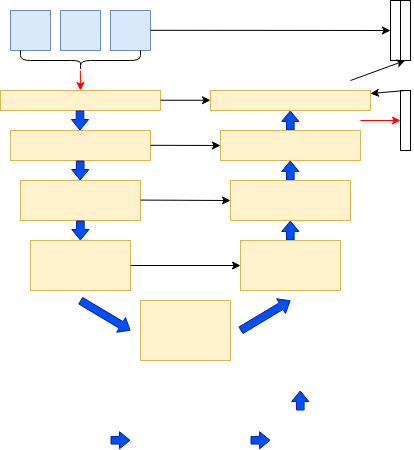
The draw.io diagram test.drawio.png in DemonH-p/self-study, before a commit. Source tidied: cells renumbered, new cells last; positions are measured from the earlier drawing's top-left corner, leaving out a move shared by most shapes.
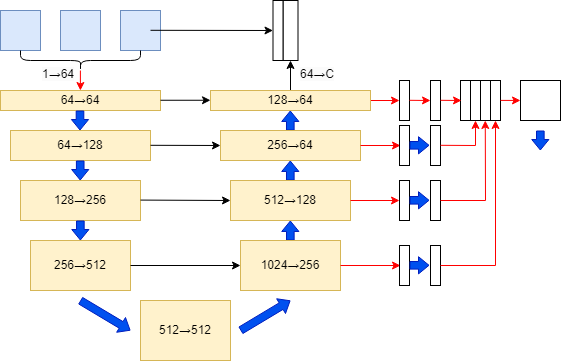
After the change.

What changed in the source:
```diff
@@ -3,24 +3,24 @@
     <mxCell id="0" />
     <mxCell id="1" parent="0" />
     <mxCell id="2" style="rounded=0;whiteSpace=wrap;html=1;fillColor=#dae8fc;strokeColor=#6c8ebf;" parent="1" vertex="1">
-      <mxGeometry x="10" y="10" width="40" height="40" as="geometry" />
+      <mxGeometry y="10" width="40" height="40" as="geometry" />
     </mxCell>
     <mxCell id="3" style="rounded=0;whiteSpace=wrap;html=1;fillColor=#dae8fc;strokeColor=#6c8ebf;" parent="1" vertex="1">
       <mxGeometry x="60" y="10" width="40" height="40" as="geometry" />
     </mxCell>
     <mxCell id="4" style="rounded=0;whiteSpace=wrap;html=1;fillColor=#dae8fc;strokeColor=#6c8ebf;" parent="1" vertex="1">
-      <mxGeometry x="110" y="10" width="40" height="40" as="geometry" />
+      <mxGeometry x="120" y="10" width="40" height="40" as="geometry" />
     </mxCell>
     <mxCell id="5" style="shape=curlyBracket;whiteSpace=wrap;html=1;rounded=1;flipH=1;labelPosition=right;verticalLabelPosition=middle;align=left;verticalAlign=middle;rotation=90;" parent="1" vertex="1">
       <mxGeometry x="70" width="20" height="120" as="geometry" />
     </mxCell>
-    <mxCell id="6" style="rounded=0;whiteSpace=wrap;html=1;fillColor=#fff2cc;strokeColor=#d6b656;" parent="1" vertex="1">
+    <mxCell id="6" value="64→64" style="rounded=0;whiteSpace=wrap;html=1;fillColor=#fff2cc;strokeColor=#d6b656;" parent="1" vertex="1">
       <mxGeometry y="90" width="160" height="20" as="geometry" />
     </mxCell>
-    <mxCell id="7" style="rounded=0;whiteSpace=wrap;html=1;fillColor=#fff2cc;strokeColor=#d6b656;" parent="1" vertex="1">
+    <mxCell id="7" value="128→256" style="rounded=0;whiteSpace=wrap;html=1;fillColor=#fff2cc;strokeColor=#d6b656;" parent="1" vertex="1">
       <mxGeometry x="20" y="180" width="120" height="40" as="geometry" />
     </mxCell>
-    <mxCell id="8" style="rounded=0;whiteSpace=wrap;html=1;fillColor=#fff2cc;strokeColor=#d6b656;" parent="1" vertex="1">
+    <mxCell id="8" value="64→128" style="rounded=0;whiteSpace=wrap;html=1;fillColor=#fff2cc;strokeColor=#d6b656;" parent="1" vertex="1">
       <mxGeometry x="10" y="130" width="140" height="30" as="geometry" />
     </mxCell>
     <mxCell id="9" style="shape=flexArrow;endArrow=classic;html=1;rounded=0;fillColor=#0050ef;strokeColor=#001DBC;endWidth=8.571428571428571;endSize=3.157142857142857;width=7.619047619047619;" parent="1" edge="1">
@@ -65,39 +65,12 @@
         </Array>
       </mxGeometry>
     </mxCell>
-    <mxCell id="14" style="rounded=0;whiteSpace=wrap;html=1;fillColor=#fff2cc;strokeColor=#d6b656;" parent="1" vertex="1">
+    <mxCell id="14" value="256→512" style="rounded=0;whiteSpace=wrap;html=1;fillColor=#fff2cc;strokeColor=#d6b656;" parent="1" vertex="1">
       <mxGeometry x="30" y="240" width="100" height="50" as="geometry" />
     </mxCell>
-    <mxCell id="15" style="rounded=0;whiteSpace=wrap;html=1;fillColor=#fff2cc;strokeColor=#d6b656;" parent="1" vertex="1">
+    <mxCell id="15" value="512→512" style="rounded=0;whiteSpace=wrap;html=1;fillColor=#fff2cc;strokeColor=#d6b656;" parent="1" vertex="1">
       <mxGeometry x="140" y="300" width="90" height="60" as="geometry" />
     </mxCell>
-    <mxCell id="16" style="shape=flexArrow;endArrow=classic;html=1;rounded=0;fillColor=#0050ef;strokeColor=#001DBC;endWidth=8.571428571428571;endSize=3.157142857142857;width=7.619047619047619;" parent="1" edge="1">
-      <mxGeometry relative="1" as="geometry">
-        <mxPoint x="299.8" y="410" as="sourcePoint" />
-        <mxPoint x="299.8" y="390" as="targetPoint" />
-        <Array as="points">
-          <mxPoint x="299.8" y="410" />
-        </Array>
-      </mxGeometry>
-    </mxCell>
-    <mxCell id="17" style="shape=flexArrow;endArrow=classic;html=1;rounded=0;fillColor=#0050ef;strokeColor=#001DBC;endWidth=8.571428571428571;endSize=3.157142857142857;width=7.619047619047619;" parent="1" edge="1">
-      <mxGeometry relative="1" as="geometry">
-        <mxPoint x="110" y="439.8" as="sourcePoint" />
-        <mxPoint x="130" y="439.8" as="targetPoint" />
-        <Array as="points">
-          <mxPoint x="110" y="439.8" />
-        </Array>
-      </mxGeometry>
-    </mxCell>
-    <mxCell id="18" style="shape=flexArrow;endArrow=classic;html=1;rounded=0;fillColor=#0050ef;strokeColor=#001DBC;endWidth=8.571428571428571;endSize=3.157142857142857;width=7.619047619047619;" parent="1" edge="1">
-      <mxGeometry relative="1" as="geometry">
-        <mxPoint x="250" y="439.8" as="sourcePoint" />
-        <mxPoint x="270" y="439.8" as="targetPoint" />
-        <Array as="points">
-          <mxPoint x="250" y="439.8" />
-        </Array>
-      </mxGeometry>
-    </mxCell>
     <mxCell id="19" style="shape=flexArrow;endArrow=classic;html=1;rounded=0;fillColor=#0050ef;strokeColor=#001DBC;endWidth=8.571428571428571;endSize=3.157142857142857;width=7.619047619047619;" parent="1" edge="1">
       <mxGeometry relative="1" as="geometry">
         <mxPoint x="289.8" y="130" as="sourcePoint" />
@@ -127,29 +100,26 @@
     </mxCell>
     <mxCell id="22" style="endArrow=classic;html=1;rounded=0;fillColor=#e51400;strokeColor=#ff0000;" parent="1" edge="1">
       <mxGeometry relative="1" as="geometry">
-        <mxPoint x="360" y="120" as="sourcePoint" />
-        <mxPoint x="400" y="120" as="targetPoint" />
+        <mxPoint x="359" y="100" as="sourcePoint" />
+        <mxPoint x="399" y="100" as="targetPoint" />
       </mxGeometry>
     </mxCell>
     <mxCell id="23" style="rounded=0;whiteSpace=wrap;html=1;" parent="1" vertex="1">
-      <mxGeometry x="400" y="90" width="10" height="60" as="geometry" />
+      <mxGeometry x="399" y="80" width="10" height="40" as="geometry" />
     </mxCell>
     <mxCell id="24" style="rounded=0;whiteSpace=wrap;html=1;" parent="1" vertex="1">
-      <mxGeometry x="400" width="10" height="60" as="geometry" />
+      <mxGeometry x="282.5" width="15" height="60" as="geometry" />
     </mxCell>
     <mxCell id="25" style="rounded=0;whiteSpace=wrap;html=1;" parent="1" vertex="1">
-      <mxGeometry x="390" width="10" height="60" as="geometry" />
+      <mxGeometry x="272.5" width="10" height="60" as="geometry" />
     </mxCell>
     <mxCell id="26" style="endArrow=classic;html=1;rounded=0;fillColor=#e51400;strokeColor=#000000;entryX=0;entryY=0.5;entryDx=0;entryDy=0;" parent="1" edge="1" target="25">
       <mxGeometry relative="1" as="geometry">
         <mxPoint x="150" y="29.8" as="sourcePoint" />
       </mxGeometry>
     </mxCell>
-    <mxCell id="27" style="endArrow=classic;html=1;rounded=0;fillColor=#e51400;strokeColor=#000000;" parent="1" edge="1">
-      <mxGeometry relative="1" as="geometry">
-        <mxPoint x="350" y="80" as="sourcePoint" />
-        <mxPoint x="404.8" y="60" as="targetPoint" />
-      </mxGeometry>
+    <mxCell id="27" style="endArrow=classic;html=1;rounded=0;fillColor=#e51400;strokeColor=#000000;exitX=0.5;exitY=0;exitDx=0;exitDy=0;entryX=0.5;entryY=1;entryDx=0;entryDy=0;" parent="1" edge="1" source="33" target="24">
+      <mxGeometry relative="1" as="geometry" />
     </mxCell>
     <mxCell id="28" style="endArrow=classic;html=1;rounded=0;fillColor=#e51400;strokeColor=#000000;" parent="1" edge="1">
       <mxGeometry relative="1" as="geometry">
@@ -170,15 +140,10 @@
         <mxPoint x="150" y="144.8" as="sourcePoint" />
       </mxGeometry>
     </mxCell>
-    <mxCell id="32" style="endArrow=classic;html=1;rounded=0;fillColor=#e51400;strokeColor=#000000;" parent="1" edge="1" target="33">
-      <mxGeometry relative="1" as="geometry">
-        <mxPoint x="404.8" y="90" as="sourcePoint" />
-      </mxGeometry>
-    </mxCell>
-    <mxCell id="33" style="rounded=0;whiteSpace=wrap;html=1;fillColor=#fff2cc;strokeColor=#d6b656;" parent="1" vertex="1">
+    <mxCell id="33" value="128→64" style="rounded=0;whiteSpace=wrap;html=1;fillColor=#fff2cc;strokeColor=#d6b656;" parent="1" vertex="1">
       <mxGeometry x="210" y="90" width="160" height="20" as="geometry" />
     </mxCell>
-    <mxCell id="34" style="rounded=0;whiteSpace=wrap;html=1;fillColor=#fff2cc;strokeColor=#d6b656;" parent="1" vertex="1">
+    <mxCell id="34" value="256→64" style="rounded=0;whiteSpace=wrap;html=1;fillColor=#fff2cc;strokeColor=#d6b656;" parent="1" vertex="1">
       <mxGeometry x="220" y="130" width="140" height="30" as="geometry" />
     </mxCell>
     <mxCell id="35" style="shape=flexArrow;endArrow=classic;html=1;rounded=0;fillColor=#0050ef;strokeColor=#001DBC;endWidth=8.571428571428571;endSize=3.157142857142857;width=7.619047619047619;" parent="1" edge="1">
@@ -190,11 +155,144 @@
         </Array>
       </mxGeometry>
     </mxCell>
-    <mxCell id="36" style="rounded=0;whiteSpace=wrap;html=1;fillColor=#fff2cc;strokeColor=#d6b656;" parent="1" vertex="1">
+    <mxCell id="36" value="1024→256" style="rounded=0;whiteSpace=wrap;html=1;fillColor=#fff2cc;strokeColor=#d6b656;" parent="1" vertex="1">
       <mxGeometry x="240" y="240" width="100" height="50" as="geometry" />
     </mxCell>
-    <mxCell id="37" style="rounded=0;whiteSpace=wrap;html=1;fillColor=#fff2cc;strokeColor=#d6b656;" parent="1" vertex="1">
+    <mxCell id="37" value="512→128" style="rounded=0;whiteSpace=wrap;html=1;fillColor=#fff2cc;strokeColor=#d6b656;" parent="1" vertex="1">
       <mxGeometry x="230" y="180" width="120" height="40" as="geometry" />
     </mxCell>
+    <mxCell id="38" style="endArrow=classic;html=1;rounded=0;fillColor=#e51400;strokeColor=#ff0000;" parent="1" edge="1">
+      <mxGeometry relative="1" as="geometry">
+        <mxPoint x="360" y="145" as="sourcePoint" />
+        <mxPoint x="400" y="145" as="targetPoint" />
+      </mxGeometry>
+    </mxCell>
+    <mxCell id="39" style="rounded=0;whiteSpace=wrap;html=1;" parent="1" vertex="1">
+      <mxGeometry x="399" y="125" width="10" height="40" as="geometry" />
+    </mxCell>
+    <mxCell id="40" style="endArrow=classic;html=1;rounded=0;fillColor=#e51400;strokeColor=#ff0000;exitX=1;exitY=0.5;exitDx=0;exitDy=0;" parent="1" edge="1" source="37">
+      <mxGeometry relative="1" as="geometry">
+        <mxPoint x="399" y="200" as="targetPoint" />
+      </mxGeometry>
+    </mxCell>
+    <mxCell id="41" style="rounded=0;whiteSpace=wrap;html=1;" parent="1" vertex="1">
+      <mxGeometry x="399" y="180" width="10" height="40" as="geometry" />
+    </mxCell>
+    <mxCell id="42" style="endArrow=classic;html=1;rounded=0;fillColor=#e51400;strokeColor=#ff0000;exitX=1;exitY=0.5;exitDx=0;exitDy=0;" parent="1" edge="1" source="36">
+      <mxGeometry relative="1" as="geometry">
+        <mxPoint x="400" y="265" as="targetPoint" />
+      </mxGeometry>
+    </mxCell>
+    <mxCell id="43" style="rounded=0;whiteSpace=wrap;html=1;" parent="1" vertex="1">
+      <mxGeometry x="399" y="245" width="10" height="40" as="geometry" />
+    </mxCell>
+    <mxCell id="44" style="shape=flexArrow;endArrow=classic;html=1;rounded=0;fillColor=#0050ef;strokeColor=#001DBC;endWidth=8.571428571428571;endSize=3.157142857142857;width=7.619047619047619;" parent="1" edge="1">
+      <mxGeometry relative="1" as="geometry">
+        <mxPoint x="409" y="144.8" as="sourcePoint" />
+        <mxPoint x="429" y="144.8" as="targetPoint" />
+        <Array as="points">
+          <mxPoint x="409" y="144.8" />
+        </Array>
+      </mxGeometry>
+    </mxCell>
+    <mxCell id="45" style="rounded=0;whiteSpace=wrap;html=1;" parent="1" vertex="1">
+      <mxGeometry x="430" y="125" width="10" height="40" as="geometry" />
+    </mxCell>
+    <mxCell id="46" style="shape=flexArrow;endArrow=classic;html=1;rounded=0;fillColor=#0050ef;strokeColor=#001DBC;endWidth=8.571428571428571;endSize=3.157142857142857;width=7.619047619047619;" parent="1" edge="1">
+      <mxGeometry relative="1" as="geometry">
+        <mxPoint x="409" y="199.8" as="sourcePoint" />
+        <mxPoint x="429" y="199.8" as="targetPoint" />
+        <Array as="points">
+          <mxPoint x="409" y="199.8" />
+        </Array>
+      </mxGeometry>
+    </mxCell>
+    <mxCell id="47" style="rounded=0;whiteSpace=wrap;html=1;" parent="1" vertex="1">
+      <mxGeometry x="430" y="180" width="10" height="40" as="geometry" />
+    </mxCell>
+    <mxCell id="48" style="shape=flexArrow;endArrow=classic;html=1;rounded=0;fillColor=#0050ef;strokeColor=#001DBC;endWidth=8.571428571428571;endSize=3.157142857142857;width=7.619047619047619;" parent="1" edge="1">
+      <mxGeometry relative="1" as="geometry">
+        <mxPoint x="409" y="264.8" as="sourcePoint" />
+        <mxPoint x="429" y="264.8" as="targetPoint" />
+        <Array as="points">
+          <mxPoint x="409" y="264.8" />
+        </Array>
+      </mxGeometry>
+    </mxCell>
+    <mxCell id="49" style="rounded=0;whiteSpace=wrap;html=1;" parent="1" vertex="1">
+      <mxGeometry x="430" y="245" width="10" height="40" as="geometry" />
+    </mxCell>
+    <mxCell id="50" style="rounded=0;whiteSpace=wrap;html=1;" parent="1" vertex="1">
+      <mxGeometry x="430" y="80" width="10" height="40" as="geometry" />
+    </mxCell>
+    <mxCell id="51" style="endArrow=classic;html=1;rounded=0;fillColor=#e51400;strokeColor=#ff0000;" parent="1" edge="1">
+      <mxGeometry relative="1" as="geometry">
+        <mxPoint x="409" y="99.8" as="sourcePoint" />
+        <mxPoint x="430" y="100" as="targetPoint" />
+      </mxGeometry>
+    </mxCell>
+    <mxCell id="52" style="rounded=0;whiteSpace=wrap;html=1;" parent="1" vertex="1">
+      <mxGeometry x="460" y="80" width="10" height="40" as="geometry" />
+    </mxCell>
+    <mxCell id="53" style="rounded=0;whiteSpace=wrap;html=1;" parent="1" vertex="1">
+      <mxGeometry x="470" y="80" width="10" height="40" as="geometry" />
+    </mxCell>
+    <mxCell id="54" style="rounded=0;whiteSpace=wrap;html=1;" parent="1" vertex="1">
+      <mxGeometry x="480" y="80" width="10" height="40" as="geometry" />
+    </mxCell>
+    <mxCell id="55" style="rounded=0;whiteSpace=wrap;html=1;" parent="1" vertex="1">
+      <mxGeometry x="490" y="80" width="10" height="40" as="geometry" />
+    </mxCell>
+    <mxCell id="56" style="endArrow=classic;html=1;rounded=0;fillColor=#e51400;strokeColor=#ff0000;" parent="1" edge="1">
+      <mxGeometry relative="1" as="geometry">
+        <mxPoint x="440" y="99.8" as="sourcePoint" />
+        <mxPoint x="461" y="100" as="targetPoint" />
+      </mxGeometry>
+    </mxCell>
+    <mxCell id="57" style="endArrow=classic;html=1;rounded=0;fillColor=#e51400;strokeColor=#ff0000;entryX=0.5;entryY=1;entryDx=0;entryDy=0;" parent="1" edge="1" target="53">
+      <mxGeometry relative="1" as="geometry">
+        <mxPoint x="440" y="144.8" as="sourcePoint" />
+        <Array as="points">
+          <mxPoint x="475" y="145" />
+        </Array>
+      </mxGeometry>
+    </mxCell>
+    <mxCell id="58" style="endArrow=classic;html=1;rounded=0;fillColor=#e51400;strokeColor=#ff0000;entryX=0.477;entryY=1;entryDx=0;entryDy=0;entryPerimeter=0;exitX=1;exitY=0.5;exitDx=0;exitDy=0;" parent="1" edge="1" source="47" target="54">
+      <mxGeometry relative="1" as="geometry">
+        <Array as="points">
+          <mxPoint x="485" y="200" />
+        </Array>
+      </mxGeometry>
+    </mxCell>
+    <mxCell id="59" style="endArrow=classic;html=1;rounded=0;fillColor=#e51400;strokeColor=#ff0000;entryX=0.5;entryY=1;entryDx=0;entryDy=0;exitX=1;exitY=0.5;exitDx=0;exitDy=0;" parent="1" edge="1" source="49" target="55">
+      <mxGeometry relative="1" as="geometry">
+        <Array as="points">
+          <mxPoint x="495" y="265" />
+        </Array>
+      </mxGeometry>
+    </mxCell>
+    <mxCell id="60" style="endArrow=classic;html=1;rounded=0;fillColor=#e51400;strokeColor=#ff0000;" parent="1" edge="1" target="61">
+      <mxGeometry relative="1" as="geometry">
+        <mxPoint x="500" y="99.9" as="sourcePoint" />
+      </mxGeometry>
+    </mxCell>
+    <mxCell id="61" style="rounded=0;whiteSpace=wrap;html=1;" parent="1" vertex="1">
+      <mxGeometry x="520" y="80" width="40" height="40" as="geometry" />
+    </mxCell>
+    <mxCell id="62" style="shape=flexArrow;endArrow=classic;html=1;rounded=0;fillColor=#0050ef;strokeColor=#001DBC;endWidth=8.571428571428571;endSize=3.157142857142857;width=7.619047619047619;" parent="1" edge="1">
+      <mxGeometry relative="1" as="geometry">
+        <mxPoint x="539.8" y="130" as="sourcePoint" />
+        <mxPoint x="539.8" y="150" as="targetPoint" />
+        <Array as="points">
+          <mxPoint x="539.8" y="130" />
+        </Array>
+      </mxGeometry>
+    </mxCell>
+    <mxCell id="63" value="&lt;span style=&quot;color: rgb(0, 0, 0); font-family: Helvetica; font-size: 12px; font-style: normal; font-variant-ligatures: normal; font-variant-caps: normal; font-weight: 400; letter-spacing: normal; orphans: 2; text-align: center; text-indent: 0px; text-transform: none; widows: 2; word-spacing: 0px; -webkit-text-stroke-width: 0px; background-color: rgb(251, 251, 251); text-decoration-thickness: initial; text-decoration-style: initial; text-decoration-color: initial; float: none; display: inline !important;&quot;&gt;1→64&lt;/span&gt;" style="text;whiteSpace=wrap;html=1;" parent="1" vertex="1">
+      <mxGeometry x="40" y="60" width="40" height="20" as="geometry" />
+    </mxCell>
+    <mxCell id="64" value="&lt;span style=&quot;color: rgb(0, 0, 0); font-family: Helvetica; font-size: 12px; font-style: normal; font-variant-ligatures: normal; font-variant-caps: normal; font-weight: 400; letter-spacing: normal; orphans: 2; text-align: center; text-indent: 0px; text-transform: none; widows: 2; word-spacing: 0px; -webkit-text-stroke-width: 0px; background-color: rgb(251, 251, 251); text-decoration-thickness: initial; text-decoration-style: initial; text-decoration-color: initial; float: none; display: inline !important;&quot;&gt;64→C&lt;/span&gt;" style="text;whiteSpace=wrap;html=1;" parent="1" vertex="1">
+      <mxGeometry x="297.5" y="60" width="40" height="20" as="geometry" />
+    </mxCell>
   </root>
 </mxGraphModel>
```
